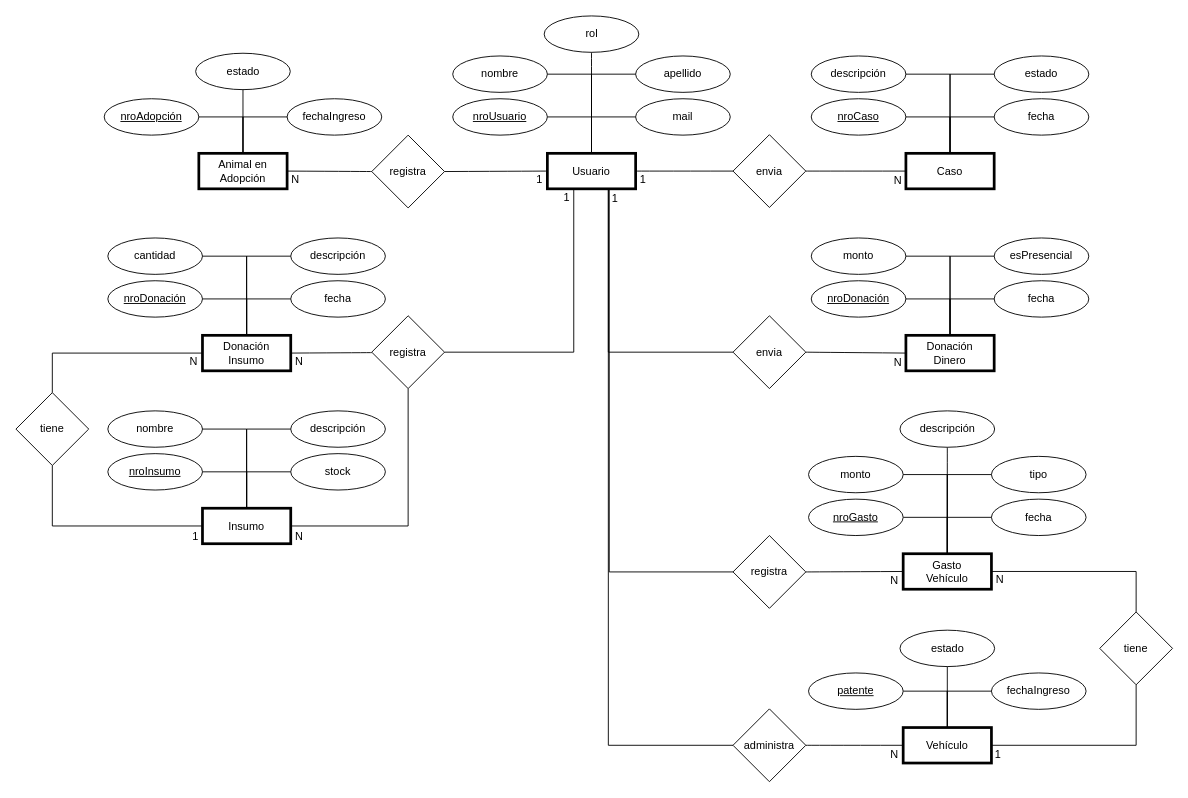
Above: DER RECAM.drawio in franualba/diagrams (draw.io), before the change. Source tidied: cells renumbered, new cells numbered last; positions are measured from the earlier drawing's top-left corner, leaving out a move shared by most shapes. Both pictures are drawn from the tidied source at 91%, with x=0, y=0 at pixel (15, 15).
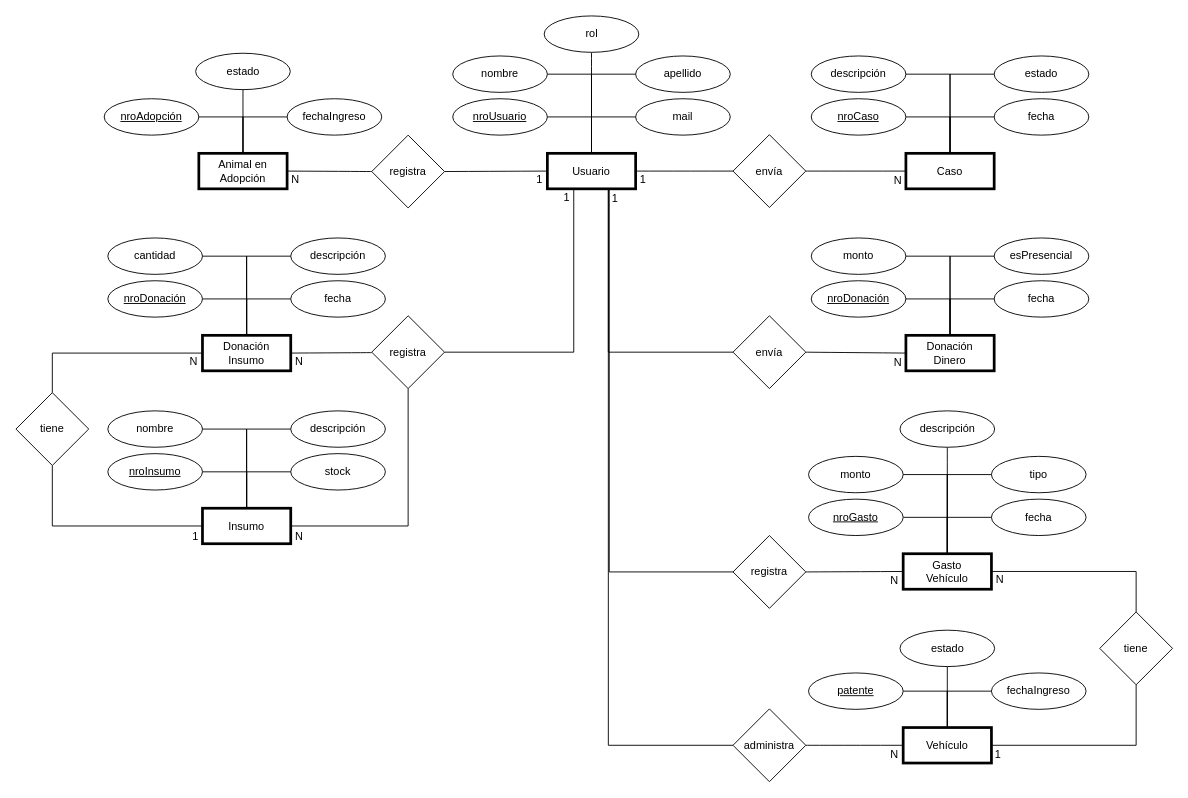
After the change.

Change to the diagram source:
```diff
@@
-    <mxCell id="80" value="envia" style="rhombus;whiteSpace=wrap;html=1;" parent="1" vertex="1">
+    <mxCell id="80" value="envía" style="rhombus;whiteSpace=wrap;html=1;" parent="1" vertex="1">
       <mxGeometry x="788" y="130.5" width="80" height="80" as="geometry" />
     </mxCell>
@@
-    <mxCell id="92" value="envia" style="rhombus;whiteSpace=wrap;html=1;" parent="1" vertex="1">
+    <mxCell id="92" value="envía" style="rhombus;whiteSpace=wrap;html=1;" parent="1" vertex="1">
       <mxGeometry x="788" y="329.5" width="80" height="80" as="geometry" />
     </mxCell>
```
